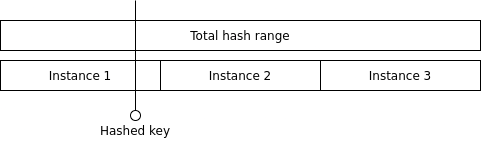
Earlier version of the draw.io export images/dht3.png (htw-projekt-p2p-volltextsuche/vortrag). Source tidied: cells renumbered, new cells last; positions are measured from the earlier drawing's top-left corner, leaving out a move shared by most shapes. Its diagram source:
```xml
<mxGraphModel>
  <root>
    <mxCell id="0" />
    <mxCell id="1" parent="0" />
    <mxCell id="2" value="Total hash range" style="rounded=0;whiteSpace=wrap;html=1;" parent="1" vertex="1">
      <mxGeometry y="20" width="480" height="30" as="geometry" />
    </mxCell>
    <mxCell id="3" value="Instance 1" style="rounded=0;whiteSpace=wrap;html=1;" parent="1" vertex="1">
      <mxGeometry y="60" width="160" height="30" as="geometry" />
    </mxCell>
    <mxCell id="4" value="Instance 2" style="rounded=0;whiteSpace=wrap;html=1;" parent="1" vertex="1">
      <mxGeometry x="160" y="60" width="160" height="30" as="geometry" />
    </mxCell>
    <mxCell id="5" value="Instance 3" style="rounded=0;whiteSpace=wrap;html=1;" parent="1" vertex="1">
      <mxGeometry x="320" y="60" width="160" height="30" as="geometry" />
    </mxCell>
    <mxCell id="6" style="edgeStyle=orthogonalEdgeStyle;rounded=0;jettySize=auto;html=1;startArrow=none;startFill=0;endArrow=none;endFill=0;" parent="1" edge="1" source="7">
      <mxGeometry relative="1" as="geometry">
        <mxPoint x="135" as="targetPoint" />
      </mxGeometry>
    </mxCell>
    <mxCell id="7" style="ellipse;whiteSpace=wrap;html=1;" parent="1" vertex="1">
      <mxGeometry x="130" y="110" width="10" height="10" as="geometry" />
    </mxCell>
    <mxCell id="8" value="Hashed key" style="text;html=1;strokeColor=none;fillColor=none;align=center;verticalAlign=middle;whiteSpace=wrap;rounded=0;" parent="1" vertex="1">
      <mxGeometry x="85" y="120" width="100" height="20" as="geometry" />
    </mxCell>
  </root>
</mxGraphModel>
```
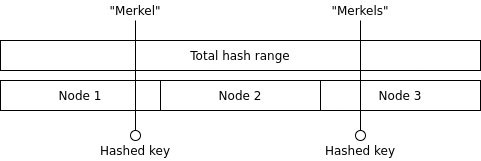
Above is the later version.

Diff of the diagram source:
```diff
@@ -5,13 +5,13 @@
     <mxCell id="2" value="Total hash range" style="rounded=0;whiteSpace=wrap;html=1;" parent="1" vertex="1">
       <mxGeometry y="20" width="480" height="30" as="geometry" />
     </mxCell>
-    <mxCell id="3" value="Instance 1" style="rounded=0;whiteSpace=wrap;html=1;" parent="1" vertex="1">
+    <mxCell id="3" value="Node 1" style="rounded=0;whiteSpace=wrap;html=1;" parent="1" vertex="1">
       <mxGeometry y="60" width="160" height="30" as="geometry" />
     </mxCell>
-    <mxCell id="4" value="Instance 2" style="rounded=0;whiteSpace=wrap;html=1;" parent="1" vertex="1">
+    <mxCell id="4" value="Node 2" style="rounded=0;whiteSpace=wrap;html=1;" parent="1" vertex="1">
       <mxGeometry x="160" y="60" width="160" height="30" as="geometry" />
     </mxCell>
-    <mxCell id="5" value="Instance 3" style="rounded=0;whiteSpace=wrap;html=1;" parent="1" vertex="1">
+    <mxCell id="5" value="Node 3" style="rounded=0;whiteSpace=wrap;html=1;" parent="1" vertex="1">
       <mxGeometry x="320" y="60" width="160" height="30" as="geometry" />
     </mxCell>
     <mxCell id="6" style="edgeStyle=orthogonalEdgeStyle;rounded=0;jettySize=auto;html=1;startArrow=none;startFill=0;endArrow=none;endFill=0;" parent="1" edge="1" source="7">
@@ -25,5 +25,22 @@
     <mxCell id="8" value="Hashed key" style="text;html=1;strokeColor=none;fillColor=none;align=center;verticalAlign=middle;whiteSpace=wrap;rounded=0;" parent="1" vertex="1">
       <mxGeometry x="85" y="120" width="100" height="20" as="geometry" />
     </mxCell>
+    <mxCell id="9" value="&quot;Merkel&quot;" style="text;html=1;strokeColor=none;fillColor=none;align=center;verticalAlign=middle;whiteSpace=wrap;rounded=0;dashed=1;dashPattern=1 2;" parent="1" vertex="1">
+      <mxGeometry x="115" y="-20" width="40" height="20" as="geometry" />
+    </mxCell>
+    <mxCell id="10" value="Hashed key" style="text;html=1;strokeColor=none;fillColor=none;align=center;verticalAlign=middle;whiteSpace=wrap;rounded=0;" parent="1" vertex="1">
+      <mxGeometry x="310" y="120" width="100" height="20" as="geometry" />
+    </mxCell>
+    <mxCell id="11" style="edgeStyle=orthogonalEdgeStyle;rounded=0;jettySize=auto;html=1;endArrow=none;endFill=0;" parent="1" edge="1" source="12">
+      <mxGeometry relative="1" as="geometry">
+        <mxPoint x="360" as="targetPoint" />
+      </mxGeometry>
+    </mxCell>
+    <mxCell id="12" style="ellipse;whiteSpace=wrap;html=1;" parent="1" vertex="1">
+      <mxGeometry x="355" y="110" width="10" height="10" as="geometry" />
+    </mxCell>
+    <mxCell id="13" value="&quot;Merkels&quot;" style="text;html=1;strokeColor=none;fillColor=none;align=center;verticalAlign=middle;whiteSpace=wrap;rounded=0;dashed=1;dashPattern=1 2;" parent="1" vertex="1">
+      <mxGeometry x="340" y="-20" width="40" height="20" as="geometry" />
+    </mxCell>
   </root>
 </mxGraphModel>
```
